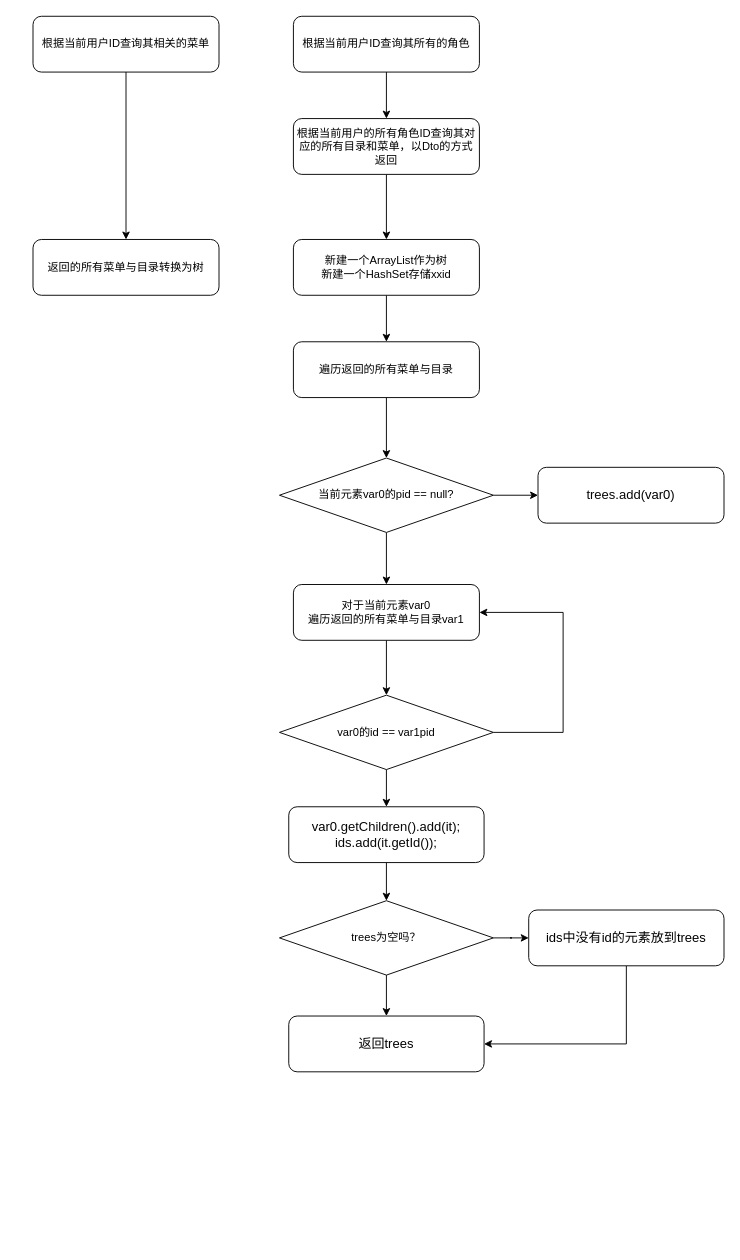
HonyoLAN/telmy keeps this draw.io diagram as page "获取前端所需菜单" (2 of 7) of eladmin.drawio. Above is the earlier version. Source tidied: cells renumbered, new cells numbered last; positions are measured from the earlier drawing's top-left corner, leaving out a move shared by most shapes. Both pictures are drawn from the tidied source at 93%, with x=0, y=0 at pixel (33, 16).
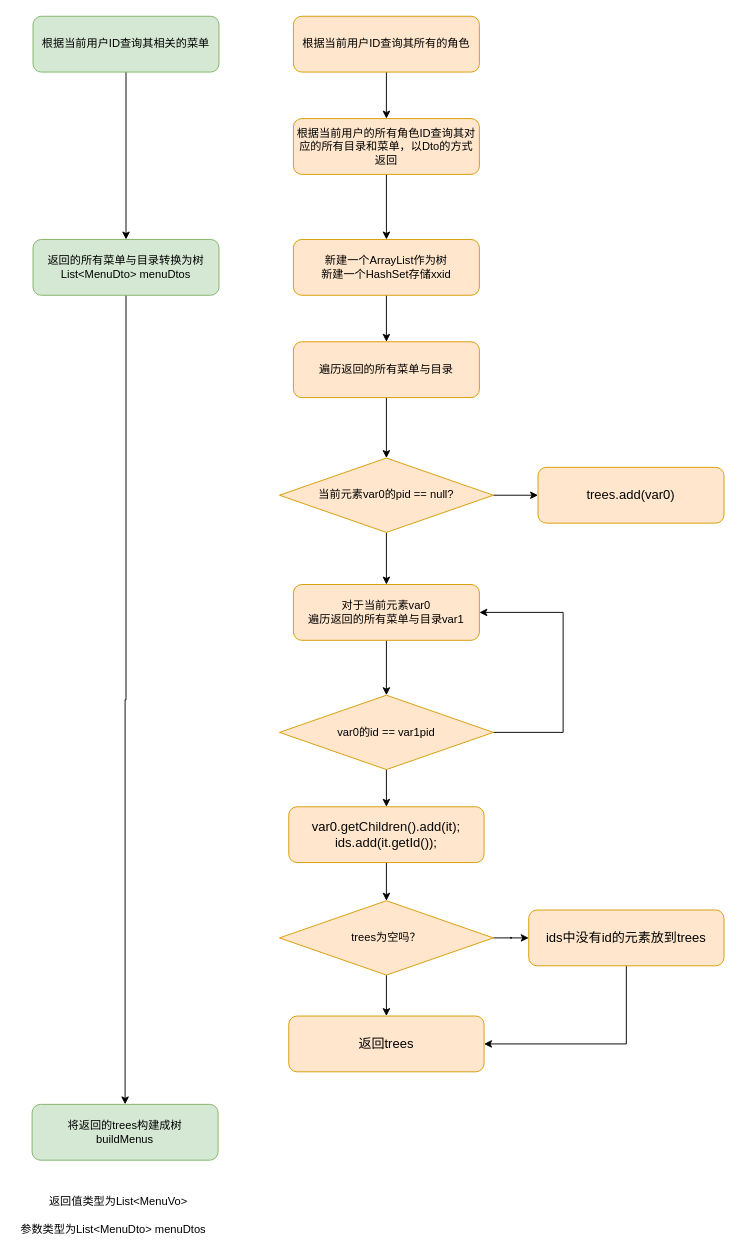
The same diagram, later.

What changed in the source:
```diff
@@
-    <mxCell id="3" value="根据当前用户ID查询其相关的菜单" style="rounded=1;whiteSpace=wrap;html=1;" parent="1" vertex="1">
+    <mxCell id="3" value="根据当前用户ID查询其相关的菜单" style="rounded=1;whiteSpace=wrap;html=1;fillColor=#d5e8d4;strokeColor=#82b366;" parent="1" vertex="1">
       <mxGeometry width="200" height="60" as="geometry" />
     </mxCell>
@@
-    <mxCell id="5" value="根据当前用户ID查询其所有的角色" style="rounded=1;whiteSpace=wrap;html=1;" parent="1" vertex="1">
+    <mxCell id="5" value="根据当前用户ID查询其所有的角色" style="rounded=1;whiteSpace=wrap;html=1;fillColor=#ffe6cc;strokeColor=#d79b00;" parent="1" vertex="1">
       <mxGeometry x="280" width="200" height="60" as="geometry" />
     </mxCell>
@@
-    <mxCell id="7" value="根据当前用户的所有角色ID查询其对应的所有目录和菜单，以Dto的方式返回" style="rounded=1;whiteSpace=wrap;html=1;" parent="1" vertex="1">
+    <mxCell id="7" value="根据当前用户的所有角色ID查询其对应的所有目录和菜单，以Dto的方式返回" style="rounded=1;whiteSpace=wrap;html=1;fillColor=#ffe6cc;strokeColor=#d79b00;" parent="1" vertex="1">
       <mxGeometry x="280" y="110" width="200" height="60" as="geometry" />
     </mxCell>
+    <mxCell id="30" style="edgeStyle=orthogonalEdgeStyle;rounded=0;jettySize=auto;html=1;exitX=0.5;exitY=1;exitDx=0;exitDy=0;entryX=0.5;entryY=0;entryDx=0;entryDy=0;" parent="1" edge="1" source="8" target="31">
+      <mxGeometry relative="1" as="geometry" />
+    </mxCell>
-    <mxCell id="8" value="返回的所有菜单与目录转换为树" style="rounded=1;whiteSpace=wrap;html=1;" parent="1" vertex="1">
+    <mxCell id="8" value="返回的所有菜单与目录转换为树&lt;br&gt;&lt;span style=&quot;font-size: 12px;&quot;&gt;List&amp;lt;MenuDto&amp;gt; menuDtos&lt;/span&gt;" style="rounded=1;whiteSpace=wrap;html=1;fillColor=#d5e8d4;strokeColor=#82b366;" parent="1" vertex="1">
       <mxGeometry y="240" width="200" height="60" as="geometry" />
     </mxCell>
@@
-    <mxCell id="10" value="新建一个ArrayList作为树&lt;br&gt;新建一个HashSet存储xxid" style="rounded=1;whiteSpace=wrap;html=1;" parent="1" vertex="1">
+    <mxCell id="10" value="新建一个ArrayList作为树&lt;br&gt;新建一个HashSet存储xxid" style="rounded=1;whiteSpace=wrap;html=1;fillColor=#ffe6cc;strokeColor=#d79b00;" parent="1" vertex="1">
       <mxGeometry x="280" y="240" width="200" height="60" as="geometry" />
     </mxCell>
@@
-    <mxCell id="12" value="遍历返回的所有菜单与目录" style="rounded=1;whiteSpace=wrap;html=1;" parent="1" vertex="1">
+    <mxCell id="12" value="遍历返回的所有菜单与目录" style="rounded=1;whiteSpace=wrap;html=1;fillColor=#ffe6cc;strokeColor=#d79b00;" parent="1" vertex="1">
       <mxGeometry x="280" y="350" width="200" height="60" as="geometry" />
     </mxCell>
@@
-    <mxCell id="15" value="当前元素var0的pid == null?" style="rhombus;whiteSpace=wrap;html=1;" parent="1" vertex="1">
+    <mxCell id="15" value="当前元素var0的pid == null?" style="rhombus;whiteSpace=wrap;html=1;fillColor=#ffe6cc;strokeColor=#d79b00;" parent="1" vertex="1">
       <mxGeometry x="265" y="475" width="230" height="80" as="geometry" />
     </mxCell>
-    <mxCell id="16" value="&lt;pre style=&quot;background-color:#ffffff;color:#080808;font-family:'JetBrains Mono';font-size:10.5pt;&quot;&gt;trees.add(&lt;span style=&quot;color:#000000;&quot;&gt;var0&lt;/span&gt;)&lt;/pre&gt;" style="rounded=1;whiteSpace=wrap;html=1;" parent="1" vertex="1">
+    <mxCell id="16" value="&lt;pre style=&quot;color: rgb(8, 8, 8); font-family: &amp;quot;JetBrains Mono&amp;quot;; font-size: 10.5pt;&quot;&gt;trees.add(&lt;span style=&quot;color: rgb(0, 0, 0);&quot;&gt;var0&lt;/span&gt;)&lt;/pre&gt;" style="rounded=1;whiteSpace=wrap;html=1;fillColor=#ffe6cc;strokeColor=#d79b00;" parent="1" vertex="1">
       <mxGeometry x="543" y="485" width="200" height="60" as="geometry" />
     </mxCell>
@@
-    <mxCell id="18" value="对于当前元素var0&lt;br&gt;遍历返回的所有菜单与目录var1" style="rounded=1;whiteSpace=wrap;html=1;" parent="1" vertex="1">
+    <mxCell id="18" value="对于当前元素var0&lt;br&gt;遍历返回的所有菜单与目录var1" style="rounded=1;whiteSpace=wrap;html=1;fillColor=#ffe6cc;strokeColor=#d79b00;" parent="1" vertex="1">
       <mxGeometry x="280" y="611" width="200" height="60" as="geometry" />
     </mxCell>
@@
-    <mxCell id="21" value="var0的id == var1pid" style="rhombus;whiteSpace=wrap;html=1;" parent="1" vertex="1">
+    <mxCell id="21" value="var0的id == var1pid" style="rhombus;whiteSpace=wrap;html=1;fillColor=#ffe6cc;strokeColor=#d79b00;" parent="1" vertex="1">
       <mxGeometry x="265" y="730" width="230" height="80" as="geometry" />
     </mxCell>
@@
-    <mxCell id="23" value="&lt;pre style=&quot;background-color:#ffffff;color:#080808;font-family:'JetBrains Mono';font-size:10.5pt;&quot;&gt;&lt;span style=&quot;color:#000000;&quot;&gt;var0&lt;/span&gt;.getChildren().add(&lt;span style=&quot;color:#000000;&quot;&gt;it&lt;/span&gt;);&lt;br&gt;ids.add(it.getId());&lt;br&gt;&lt;/pre&gt;" style="rounded=1;whiteSpace=wrap;html=1;" parent="1" vertex="1">
+    <mxCell id="23" value="&lt;pre style=&quot;color: rgb(8, 8, 8); font-family: &amp;quot;JetBrains Mono&amp;quot;; font-size: 10.5pt;&quot;&gt;&lt;span style=&quot;color: rgb(0, 0, 0);&quot;&gt;var0&lt;/span&gt;.getChildren().add(&lt;span style=&quot;color: rgb(0, 0, 0);&quot;&gt;it&lt;/span&gt;);&lt;br&gt;ids.add(it.getId());&lt;span style=&quot;background-color: rgb(255, 255, 255);&quot;&gt;&lt;br&gt;&lt;/span&gt;&lt;/pre&gt;" style="rounded=1;whiteSpace=wrap;html=1;fillColor=#ffe6cc;strokeColor=#d79b00;" parent="1" vertex="1">
       <mxGeometry x="275" y="850" width="210" height="60" as="geometry" />
     </mxCell>
@@
-    <mxCell id="26" value="trees为空吗？" style="rhombus;whiteSpace=wrap;html=1;" parent="1" vertex="1">
+    <mxCell id="26" value="trees为空吗？" style="rhombus;whiteSpace=wrap;html=1;fillColor=#ffe6cc;strokeColor=#d79b00;" parent="1" vertex="1">
       <mxGeometry x="265" y="951" width="230" height="80" as="geometry" />
     </mxCell>
-    <mxCell id="27" value="&lt;pre style=&quot;background-color: rgb(255, 255, 255); font-family: &amp;quot;JetBrains Mono&amp;quot;; font-size: 10.5pt;&quot;&gt;返回trees&lt;/pre&gt;" style="rounded=1;whiteSpace=wrap;html=1;" parent="1" vertex="1">
+    <mxCell id="27" value="&lt;pre style=&quot;font-family: &amp;quot;JetBrains Mono&amp;quot;; font-size: 10.5pt;&quot;&gt;返回trees&lt;/pre&gt;" style="rounded=1;whiteSpace=wrap;html=1;fillColor=#ffe6cc;strokeColor=#d79b00;" parent="1" vertex="1">
       <mxGeometry x="275" y="1075" width="210" height="60" as="geometry" />
     </mxCell>
@@
-    <mxCell id="29" value="&lt;pre style=&quot;background-color: rgb(255, 255, 255); font-family: &amp;quot;JetBrains Mono&amp;quot;; font-size: 10.5pt;&quot;&gt;ids中没有id的元素放到trees&lt;/pre&gt;" style="rounded=1;whiteSpace=wrap;html=1;" parent="1" vertex="1">
+    <mxCell id="29" value="&lt;pre style=&quot;font-family: &amp;quot;JetBrains Mono&amp;quot;; font-size: 10.5pt;&quot;&gt;ids中没有id的元素放到trees&lt;/pre&gt;" style="rounded=1;whiteSpace=wrap;html=1;fillColor=#ffe6cc;strokeColor=#d79b00;" parent="1" vertex="1">
       <mxGeometry x="533" y="961" width="210" height="60" as="geometry" />
     </mxCell>
+    <mxCell id="31" value="将返回的trees构建成树&lt;br&gt;buildMenus" style="rounded=1;whiteSpace=wrap;html=1;fillColor=#d5e8d4;strokeColor=#82b366;" parent="1" vertex="1">
+      <mxGeometry x="-1" y="1170" width="200" height="60" as="geometry" />
+    </mxCell>
+    <mxCell id="32" value="返回值类型为List&amp;lt;MenuVo&amp;gt;" style="text;html=1;strokeColor=none;fillColor=none;align=center;verticalAlign=middle;whiteSpace=wrap;rounded=0;labelBackgroundColor=none;" parent="1" vertex="1">
+      <mxGeometry x="-8" y="1260" width="200" height="30" as="geometry" />
+    </mxCell>
+    <mxCell id="33" value="参数类型为List&amp;lt;MenuDto&amp;gt; menuDtos" style="text;html=1;strokeColor=none;fillColor=none;align=center;verticalAlign=middle;whiteSpace=wrap;rounded=0;labelBackgroundColor=none;" parent="1" vertex="1">
+      <mxGeometry x="-18" y="1290" width="209" height="30" as="geometry" />
+    </mxCell>
```
